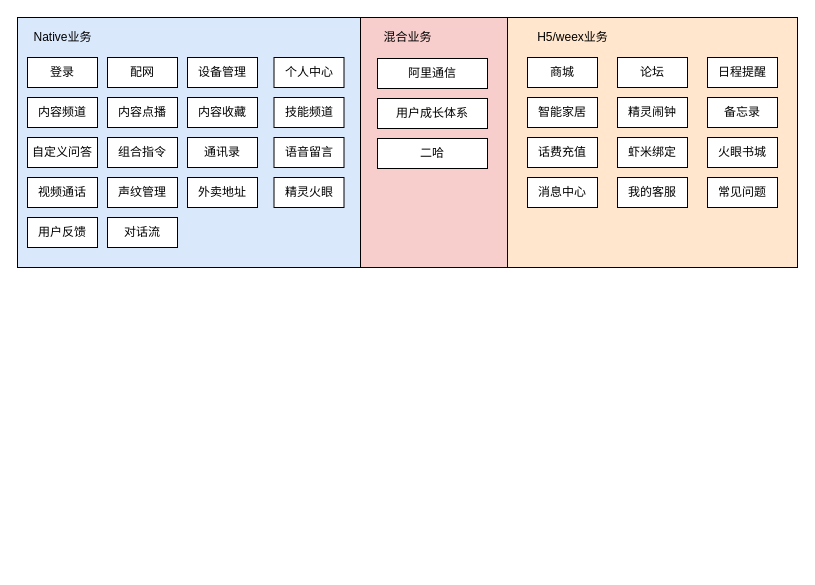
Above: asset/test11.drawio in somonus/somonus.github.io (draw.io), before the change. Source tidied: cells renumbered, new cells numbered last; positions are measured from the earlier drawing's top-left corner, leaving out a move shared by most shapes. Both pictures are drawn from the tidied source at 100%, with x=0, y=0 at pixel (17, 17).
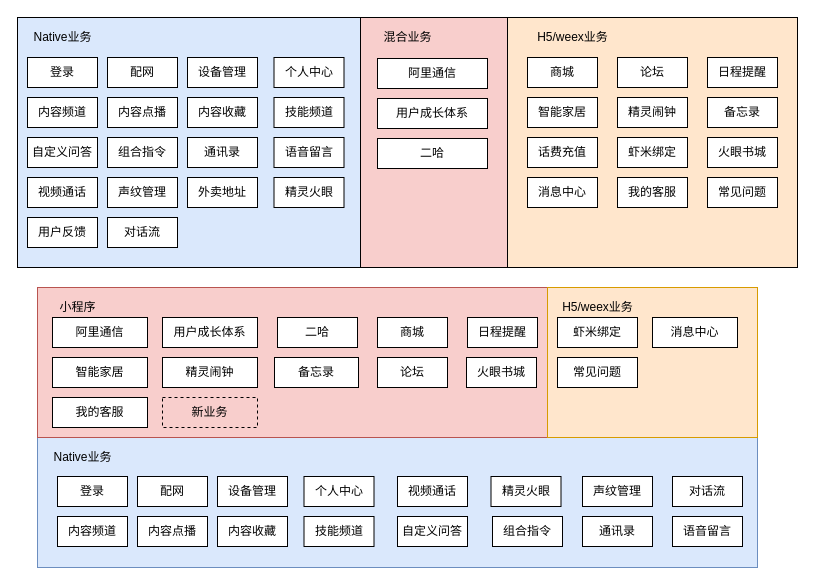
The same page after the edit.

Change to the diagram source:
```diff
@@
+    <mxCell id="41" style="rounded=0;whiteSpace=wrap;html=1;strokeColor=#6c8ebf;fillColor=#dae8fc;" parent="1" vertex="1">
+      <mxGeometry x="20" y="420" width="720" height="130" as="geometry" />
+    </mxCell>
+    <mxCell id="42" value="Native业务" style="text;html=1;align=center;verticalAlign=middle;fillColor=none;strokeColor=none;rounded=0;" parent="1" vertex="1">
+      <mxGeometry x="30" y="430" width="70" height="20" as="geometry" />
+    </mxCell>
+    <mxCell id="43" value="登录" style="rounded=0;whiteSpace=wrap;html=1;" parent="1" vertex="1">
+      <mxGeometry x="40" y="459" width="70" height="30" as="geometry" />
+    </mxCell>
+    <mxCell id="44" value="配网" style="rounded=0;whiteSpace=wrap;html=1;" parent="1" vertex="1">
+      <mxGeometry x="120" y="459" width="70" height="30" as="geometry" />
+    </mxCell>
+    <mxCell id="45" value="设备管理" style="rounded=0;whiteSpace=wrap;html=1;" parent="1" vertex="1">
+      <mxGeometry x="200" y="459" width="70" height="30" as="geometry" />
+    </mxCell>
+    <mxCell id="46" value="个人中心" style="rounded=0;whiteSpace=wrap;html=1;" parent="1" vertex="1">
+      <mxGeometry x="286.5" y="459" width="70" height="30" as="geometry" />
+    </mxCell>
+    <mxCell id="47" value="内容频道" style="rounded=0;whiteSpace=wrap;html=1;" parent="1" vertex="1">
+      <mxGeometry x="40" y="499" width="70" height="30" as="geometry" />
+    </mxCell>
+    <mxCell id="48" value="内容点播" style="rounded=0;whiteSpace=wrap;html=1;" parent="1" vertex="1">
+      <mxGeometry x="120" y="499" width="70" height="30" as="geometry" />
+    </mxCell>
+    <mxCell id="49" value="技能频道" style="rounded=0;whiteSpace=wrap;html=1;" parent="1" vertex="1">
+      <mxGeometry x="286.5" y="499" width="70" height="30" as="geometry" />
+    </mxCell>
+    <mxCell id="50" value="内容收藏" style="rounded=0;whiteSpace=wrap;html=1;" parent="1" vertex="1">
+      <mxGeometry x="200" y="499" width="70" height="30" as="geometry" />
+    </mxCell>
+    <mxCell id="51" value="视频通话" style="rounded=0;whiteSpace=wrap;html=1;" parent="1" vertex="1">
+      <mxGeometry x="380" y="459" width="70" height="30" as="geometry" />
+    </mxCell>
+    <mxCell id="52" value="声纹管理" style="rounded=0;whiteSpace=wrap;html=1;" parent="1" vertex="1">
+      <mxGeometry x="565" y="459" width="70" height="30" as="geometry" />
+    </mxCell>
+    <mxCell id="53" value="精灵火眼" style="rounded=0;whiteSpace=wrap;html=1;" parent="1" vertex="1">
+      <mxGeometry x="473.5" y="459" width="70" height="30" as="geometry" />
+    </mxCell>
+    <mxCell id="54" value="对话流" style="rounded=0;whiteSpace=wrap;html=1;" parent="1" vertex="1">
+      <mxGeometry x="655" y="459" width="70" height="30" as="geometry" />
+    </mxCell>
+    <mxCell id="55" value="自定义问答" style="rounded=0;whiteSpace=wrap;html=1;" parent="1" vertex="1">
+      <mxGeometry x="380" y="499" width="70" height="30" as="geometry" />
+    </mxCell>
+    <mxCell id="56" value="组合指令" style="rounded=0;whiteSpace=wrap;html=1;" parent="1" vertex="1">
+      <mxGeometry x="475" y="499" width="70" height="30" as="geometry" />
+    </mxCell>
+    <mxCell id="57" value="通讯录" style="rounded=0;whiteSpace=wrap;html=1;" parent="1" vertex="1">
+      <mxGeometry x="565" y="499" width="70" height="30" as="geometry" />
+    </mxCell>
+    <mxCell id="58" value="语音留言" style="rounded=0;whiteSpace=wrap;html=1;" parent="1" vertex="1">
+      <mxGeometry x="655" y="499" width="70" height="30" as="geometry" />
+    </mxCell>
+    <mxCell id="59" style="rounded=0;whiteSpace=wrap;html=1;strokeColor=#b85450;fillColor=#f8cecc;" parent="1" vertex="1">
+      <mxGeometry x="20" y="270" width="510" height="150" as="geometry" />
+    </mxCell>
+    <mxCell id="60" value="小程序" style="text;html=1;align=center;verticalAlign=middle;fillColor=none;strokeColor=none;rounded=0;" parent="1" vertex="1">
+      <mxGeometry x="35" y="280" width="50" height="20" as="geometry" />
+    </mxCell>
+    <mxCell id="61" value="阿里通信" style="rounded=0;whiteSpace=wrap;html=1;" parent="1" vertex="1">
+      <mxGeometry x="35" y="300" width="95" height="30" as="geometry" />
+    </mxCell>
+    <mxCell id="62" value="用户成长体系" style="rounded=0;whiteSpace=wrap;html=1;" parent="1" vertex="1">
+      <mxGeometry x="145" y="300" width="95" height="30" as="geometry" />
+    </mxCell>
+    <mxCell id="63" value="二哈" style="rounded=0;whiteSpace=wrap;html=1;" parent="1" vertex="1">
+      <mxGeometry x="260" y="300" width="80" height="30" as="geometry" />
+    </mxCell>
+    <mxCell id="64" value="商城" style="rounded=0;whiteSpace=wrap;html=1;" parent="1" vertex="1">
+      <mxGeometry x="360" y="300" width="70" height="30" as="geometry" />
+    </mxCell>
+    <mxCell id="65" value="论坛" style="rounded=0;whiteSpace=wrap;html=1;" parent="1" vertex="1">
+      <mxGeometry x="360" y="340" width="70" height="30" as="geometry" />
+    </mxCell>
+    <mxCell id="66" value="日程提醒" style="rounded=0;whiteSpace=wrap;html=1;" parent="1" vertex="1">
+      <mxGeometry x="450" y="300" width="70" height="30" as="geometry" />
+    </mxCell>
+    <mxCell id="67" value="智能家居" style="rounded=0;whiteSpace=wrap;html=1;" parent="1" vertex="1">
+      <mxGeometry x="35" y="340" width="95" height="30" as="geometry" />
+    </mxCell>
+    <mxCell id="68" value="精灵闹钟" style="rounded=0;whiteSpace=wrap;html=1;" parent="1" vertex="1">
+      <mxGeometry x="145" y="340" width="95" height="30" as="geometry" />
+    </mxCell>
+    <mxCell id="69" value="备忘录" style="rounded=0;whiteSpace=wrap;html=1;" parent="1" vertex="1">
+      <mxGeometry x="257" y="340" width="84" height="30" as="geometry" />
+    </mxCell>
+    <mxCell id="70" value="火眼书城" style="rounded=0;whiteSpace=wrap;html=1;" parent="1" vertex="1">
+      <mxGeometry x="449" y="340" width="70" height="30" as="geometry" />
+    </mxCell>
+    <mxCell id="71" style="rounded=0;whiteSpace=wrap;html=1;strokeColor=#d79b00;fillColor=#ffe6cc;" parent="1" vertex="1">
+      <mxGeometry x="530" y="270" width="210" height="150" as="geometry" />
+    </mxCell>
+    <mxCell id="72" value="H5/weex业务" style="text;html=1;align=center;verticalAlign=middle;fillColor=none;strokeColor=none;rounded=0;" parent="1" vertex="1">
+      <mxGeometry x="535" y="280" width="90" height="20" as="geometry" />
+    </mxCell>
+    <mxCell id="73" value="虾米绑定" style="rounded=0;whiteSpace=wrap;html=1;" parent="1" vertex="1">
+      <mxGeometry x="540" y="300" width="80" height="30" as="geometry" />
+    </mxCell>
+    <mxCell id="74" value="我的客服" style="rounded=0;whiteSpace=wrap;html=1;" parent="1" vertex="1">
+      <mxGeometry x="35" y="380" width="95" height="30" as="geometry" />
+    </mxCell>
+    <mxCell id="75" value="新业务" style="rounded=0;whiteSpace=wrap;html=1;dashed=1;fillColor=none;" parent="1" vertex="1">
+      <mxGeometry x="145" y="380" width="95" height="30" as="geometry" />
+    </mxCell>
+    <mxCell id="76" value="消息中心" style="rounded=0;whiteSpace=wrap;html=1;" parent="1" vertex="1">
+      <mxGeometry x="635" y="300" width="85" height="30" as="geometry" />
+    </mxCell>
+    <mxCell id="77" value="常见问题" style="rounded=0;whiteSpace=wrap;html=1;" parent="1" vertex="1">
+      <mxGeometry x="540" y="340" width="80" height="30" as="geometry" />
+    </mxCell>
```
